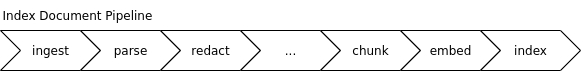
Above: docs/index-document-pipeline.png in chaners-com/quickresolve (draw.io), before the change. Source tidied: cells renumbered, new cells last; positions are measured from the earlier drawing's top-left corner, leaving out a move shared by most shapes.
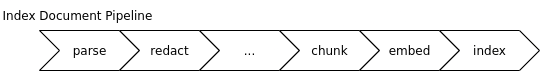
The same file after the commit.

Commit message:
Correct index-document-pipeline diagram

Diff of the diagram source:
```diff
@@ -3,11 +3,8 @@
     <mxCell id="0" />
     <mxCell id="1" parent="0" />
     <mxCell id="2" value="Index Document Pipeline" style="text;html=1;align=left;verticalAlign=middle;whiteSpace=wrap;rounded=0;" parent="1" vertex="1">
-      <mxGeometry width="210" height="30" as="geometry" />
+      <mxGeometry x="41" width="210" height="30" as="geometry" />
     </mxCell>
-    <mxCell id="3" value="ingest" style="shape=step;perimeter=stepPerimeter;whiteSpace=wrap;html=1;fixedSize=1;" parent="1" vertex="1">
-      <mxGeometry y="30" width="100" height="40" as="geometry" />
-    </mxCell>
     <mxCell id="4" value="parse" style="shape=step;perimeter=stepPerimeter;whiteSpace=wrap;html=1;fixedSize=1;" parent="1" vertex="1">
       <mxGeometry x="80" y="30" width="100" height="40" as="geometry" />
     </mxCell>
```
